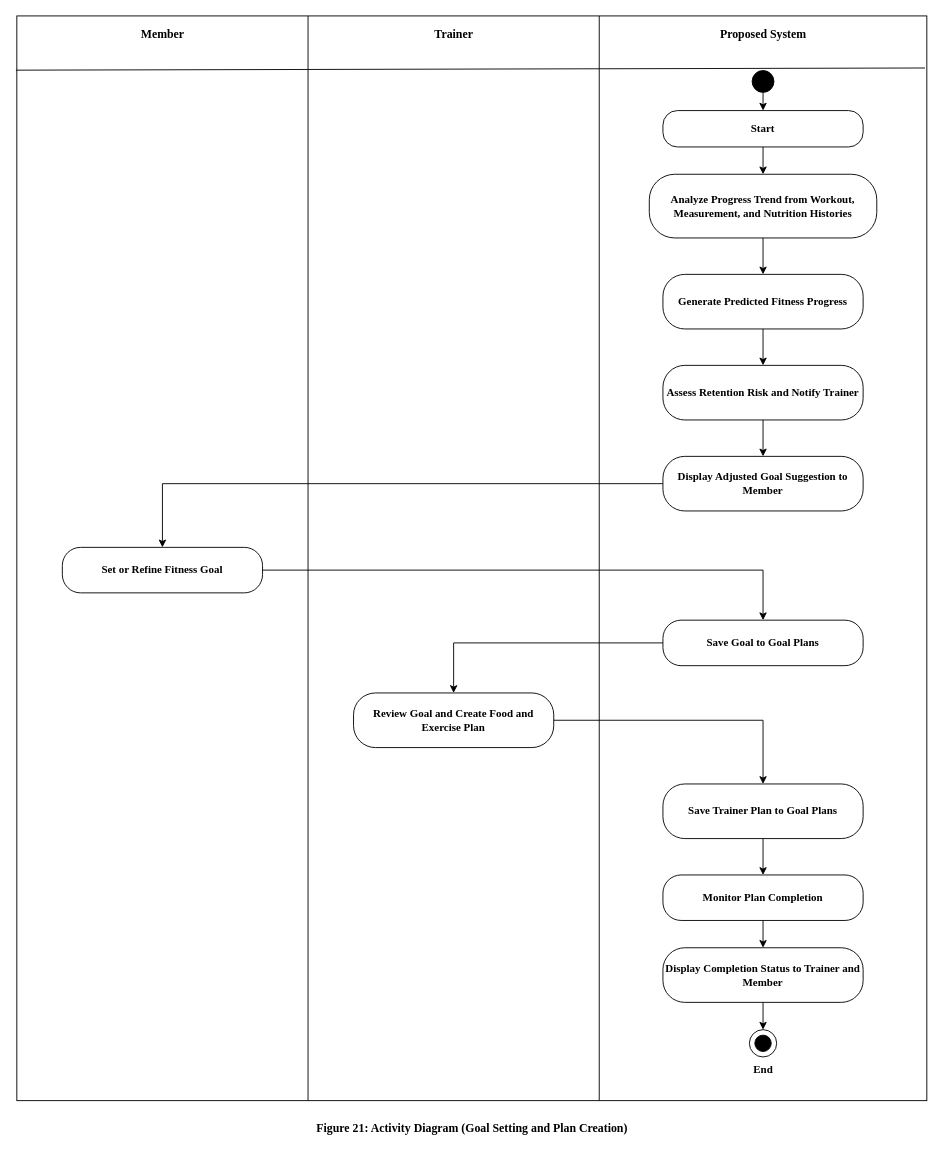
Earlier version of the draw.io diagram chapter123/Activity-Fig21-Goal-Setting-Plan-Creation.drawio (JohnPaul010505/capstsh). Source tidied: cells renumbered, new cells numbered last; positions are measured from the earlier drawing's top-left corner, leaving out a move shared by most shapes. Both pictures are drawn from the tidied source at 91%, with x=0, y=0 at pixel (16, 15).
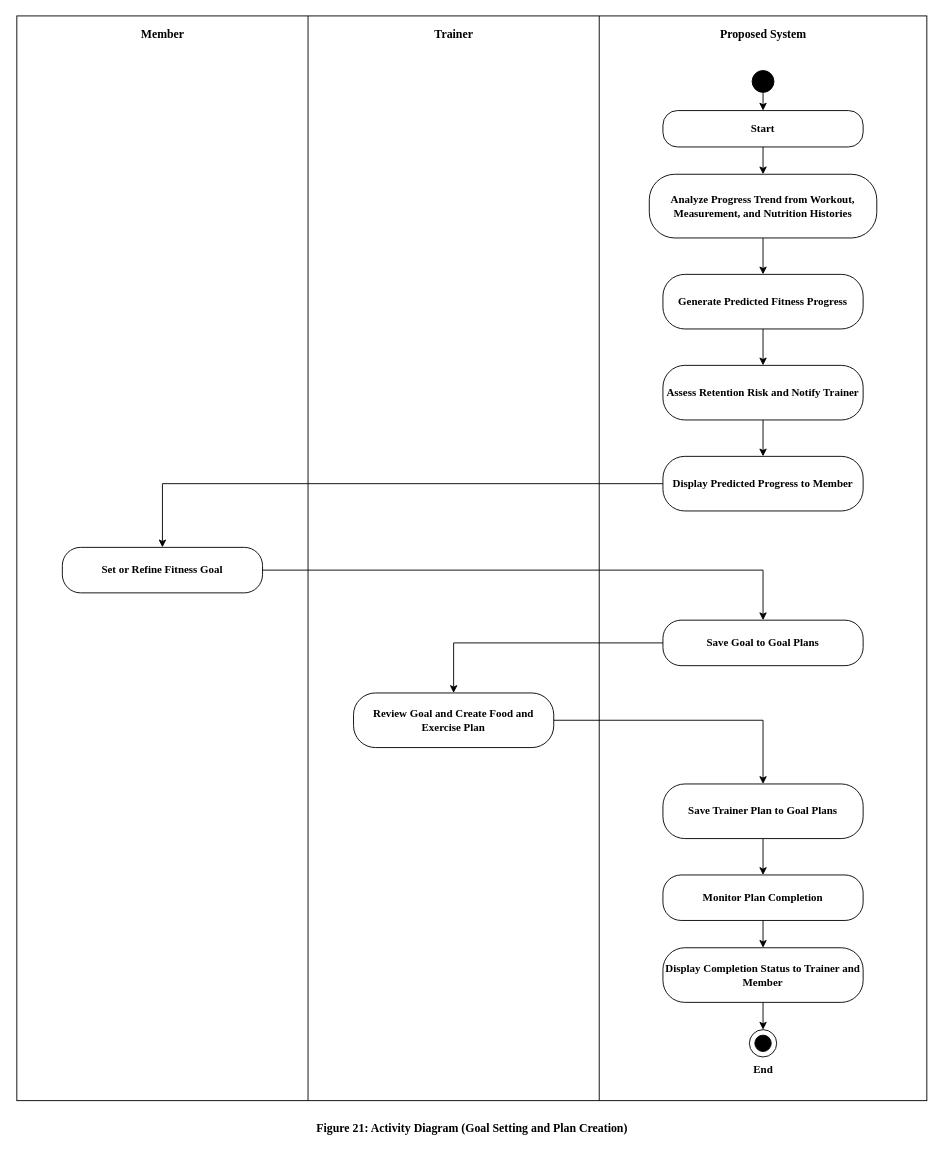
The same page after the edit.

The change refers to these unchanged cells:
```xml
<mxCell id="2" style="rounded=0;whiteSpace=wrap;html=1;fillColor=none;strokeColor=#000000;" parent="1" vertex="1">
  <mxGeometry width="1000" height="1192" as="geometry" />
</mxCell>
```

The edit, as a diff of the source:
```diff
@@
-    <mxCell id="8" value="Display Adjusted Goal Suggestion to Member" style="rounded=1;whiteSpace=wrap;html=1;arcSize=40;fillColor=#FFFFFF;strokeColor=#000000;fontFamily=Times New Roman;fontSize=12;fontStyle=1;" parent="1" vertex="1">
+    <mxCell id="8" value="Display Predicted Progress to Member" style="rounded=1;whiteSpace=wrap;html=1;arcSize=40;fillColor=#FFFFFF;strokeColor=#000000;fontFamily=Times New Roman;fontSize=12;fontStyle=1;" parent="1" vertex="1">
       <mxGeometry x="710" y="484" width="220" height="60" as="geometry" />
     </mxCell>
@@
-    <mxCell id="36" style="endArrow=none;html=1;rounded=0;exitX=-0.001;exitY=0.05;exitDx=0;exitDy=0;exitPerimeter=0;entryX=0.998;entryY=0.048;entryDx=0;entryDy=0;entryPerimeter=0;" parent="1" edge="1" source="2" target="2">
-      <mxGeometry relative="1" as="geometry" />
-    </mxCell>
```
